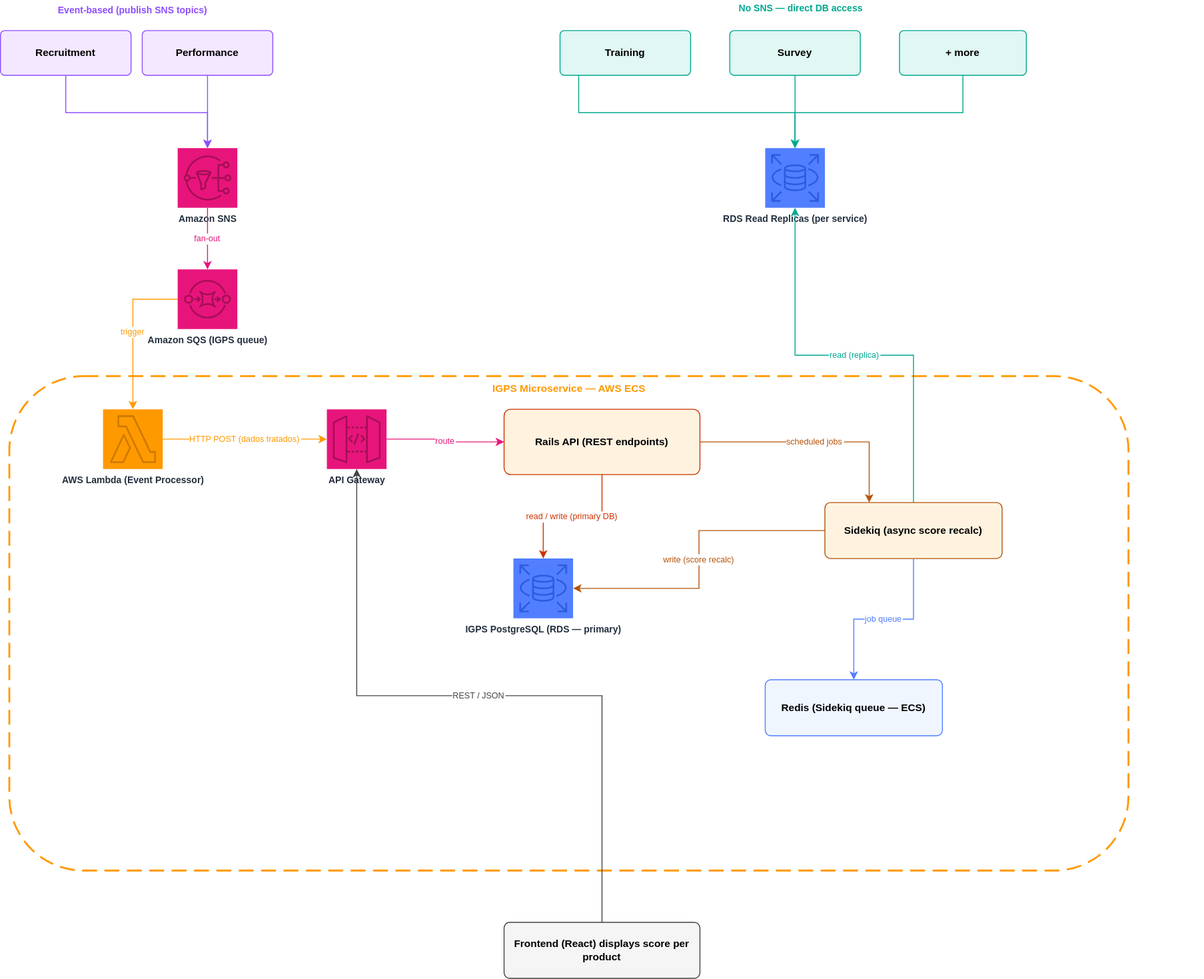
gustavoslomski/vigil keeps this draw.io diagram as architecture.drawio.svg. Above is the earlier version. Source tidied: cells renumbered, new cells last; positions are measured from the earlier drawing's top-left corner, leaving out a move shared by most shapes.
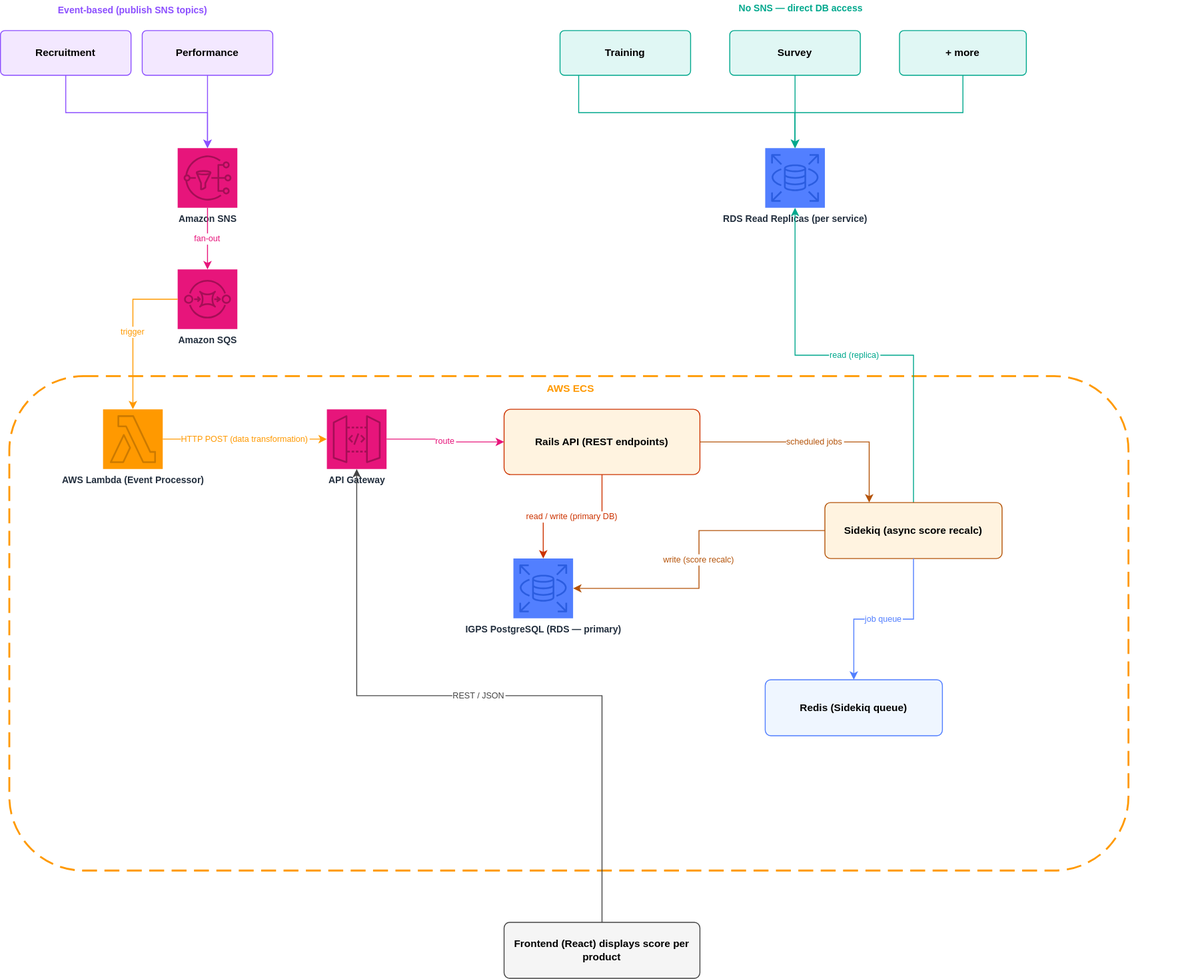
Above is the later version.

The edit, as a diff of the source:
```diff
@@ -59,13 +59,13 @@
         </Array>
       </mxGeometry>
     </mxCell>
-    <mxCell id="16" value="Amazon SQS (IGPS queue)" style="outlineConnect=0;fontColor=#232F3E;gradientColor=none;strokeColor=#A50E56;fillColor=#E7157B;labelBackgroundColor=#ffffff00;align=center;html=1;verticalLabelPosition=bottom;verticalAlign=top;fontSize=10;fontStyle=1;shape=mxgraph.aws4.resourceIcon;resIcon=mxgraph.aws4.sqs;" parent="1" vertex="1">
+    <mxCell id="16" value="Amazon SQS" style="outlineConnect=0;fontColor=#232F3E;gradientColor=none;strokeColor=#A50E56;fillColor=#E7157B;labelBackgroundColor=#ffffff00;align=center;html=1;verticalLabelPosition=bottom;verticalAlign=top;fontSize=10;fontStyle=1;shape=mxgraph.aws4.resourceIcon;resIcon=mxgraph.aws4.sqs;" parent="1" vertex="1">
       <mxGeometry x="190" y="288" width="64" height="64" as="geometry" />
     </mxCell>
     <mxCell id="17" value="fan-out" style="edgeStyle=orthogonalEdgeStyle;rounded=0;jettySize=auto;strokeColor=#E7157B;fontSize=9;fontColor=#E7157B;" parent="1" edge="1" source="9" target="16">
       <mxGeometry relative="1" as="geometry" />
     </mxCell>
-    <mxCell id="18" value="IGPS Microservice — AWS ECS" style="rounded=1;whiteSpace=wrap;html=1;dashed=1;dashPattern=8 4;strokeColor=#FF9900;fillColor=none;strokeWidth=2;verticalAlign=top;fontSize=11;fontStyle=1;fontColor=#FF9900;" parent="1" vertex="1">
+    <mxCell id="18" value="&amp;nbsp;AWS ECS" style="rounded=1;whiteSpace=wrap;html=1;dashed=1;dashPattern=8 4;strokeColor=#FF9900;fillColor=none;strokeWidth=2;verticalAlign=top;fontSize=11;fontStyle=1;fontColor=#FF9900;" parent="1" vertex="1">
       <mxGeometry x="10" y="403" width="1200" height="530" as="geometry" />
     </mxCell>
     <mxCell id="19" value="AWS Lambda (Event Processor)" style="outlineConnect=0;fontColor=#232F3E;gradientColor=none;strokeColor=#CC7A00;fillColor=#FF9900;labelBackgroundColor=#ffffff00;align=center;html=1;verticalLabelPosition=bottom;verticalAlign=top;fontSize=10;fontStyle=1;shape=mxgraph.aws4.resourceIcon;resIcon=mxgraph.aws4.lambda;" parent="1" vertex="1">
@@ -77,7 +77,7 @@
     <mxCell id="21" value="API Gateway" style="outlineConnect=0;fontColor=#232F3E;gradientColor=none;strokeColor=#A50E56;fillColor=#E7157B;labelBackgroundColor=#ffffff00;align=center;html=1;verticalLabelPosition=bottom;verticalAlign=top;fontSize=10;fontStyle=1;shape=mxgraph.aws4.resourceIcon;resIcon=mxgraph.aws4.api_gateway;" parent="1" vertex="1">
       <mxGeometry x="350" y="438" width="64" height="64" as="geometry" />
     </mxCell>
-    <mxCell id="22" value="HTTP POST (dados tratados)" style="edgeStyle=orthogonalEdgeStyle;rounded=0;jettySize=auto;strokeColor=#FF9900;fontSize=9;fontColor=#FF9900;exitX=1;exitY=0.5;exitDx=0;exitDy=0;entryX=0;entryY=0.5;entryDx=0;entryDy=0;" parent="1" edge="1" source="19" target="21">
+    <mxCell id="22" value="HTTP POST (data transformation)" style="edgeStyle=orthogonalEdgeStyle;rounded=0;jettySize=auto;strokeColor=#FF9900;fontSize=9;fontColor=#FF9900;exitX=1;exitY=0.5;exitDx=0;exitDy=0;entryX=0;entryY=0.5;entryDx=0;entryDy=0;" parent="1" edge="1" source="19" target="21">
       <mxGeometry relative="1" as="geometry" />
     </mxCell>
     <mxCell id="23" value="Rails API (REST endpoints)" style="rounded=1;whiteSpace=wrap;html=1;fillColor=#FFF3E0;strokeColor=#CC3300;arcSize=10;fontSize=11;fontStyle=1;" parent="1" vertex="1">
@@ -104,7 +104,7 @@
     <mxCell id="30" value="write (score recalc)" style="edgeStyle=orthogonalEdgeStyle;rounded=0;jettySize=auto;strokeColor=#B45309;fontSize=9;fontColor=#B45309;exitX=0;exitY=0.5;exitDx=0;exitDy=0;entryX=1;entryY=0.5;entryDx=0;entryDy=0;" parent="1" edge="1" source="28" target="26">
       <mxGeometry relative="1" as="geometry" />
     </mxCell>
-    <mxCell id="31" value="Redis (Sidekiq queue — ECS)" style="rounded=1;whiteSpace=wrap;html=1;fillColor=#EFF6FF;strokeColor=#527FFF;arcSize=10;fontSize=11;fontStyle=1;" parent="1" vertex="1">
+    <mxCell id="31" value="Redis (Sidekiq queue)" style="rounded=1;whiteSpace=wrap;html=1;fillColor=#EFF6FF;strokeColor=#527FFF;arcSize=10;fontSize=11;fontStyle=1;" parent="1" vertex="1">
       <mxGeometry x="820" y="728" width="190" height="60" as="geometry" />
     </mxCell>
     <mxCell id="32" value="job queue" style="edgeStyle=orthogonalEdgeStyle;rounded=0;jettySize=auto;strokeColor=#527FFF;fontSize=9;fontColor=#527FFF;exitX=0.5;exitY=1;exitDx=0;exitDy=0;entryX=0.5;entryY=0;entryDx=0;entryDy=0;" parent="1" edge="1" source="28" target="31">
```
